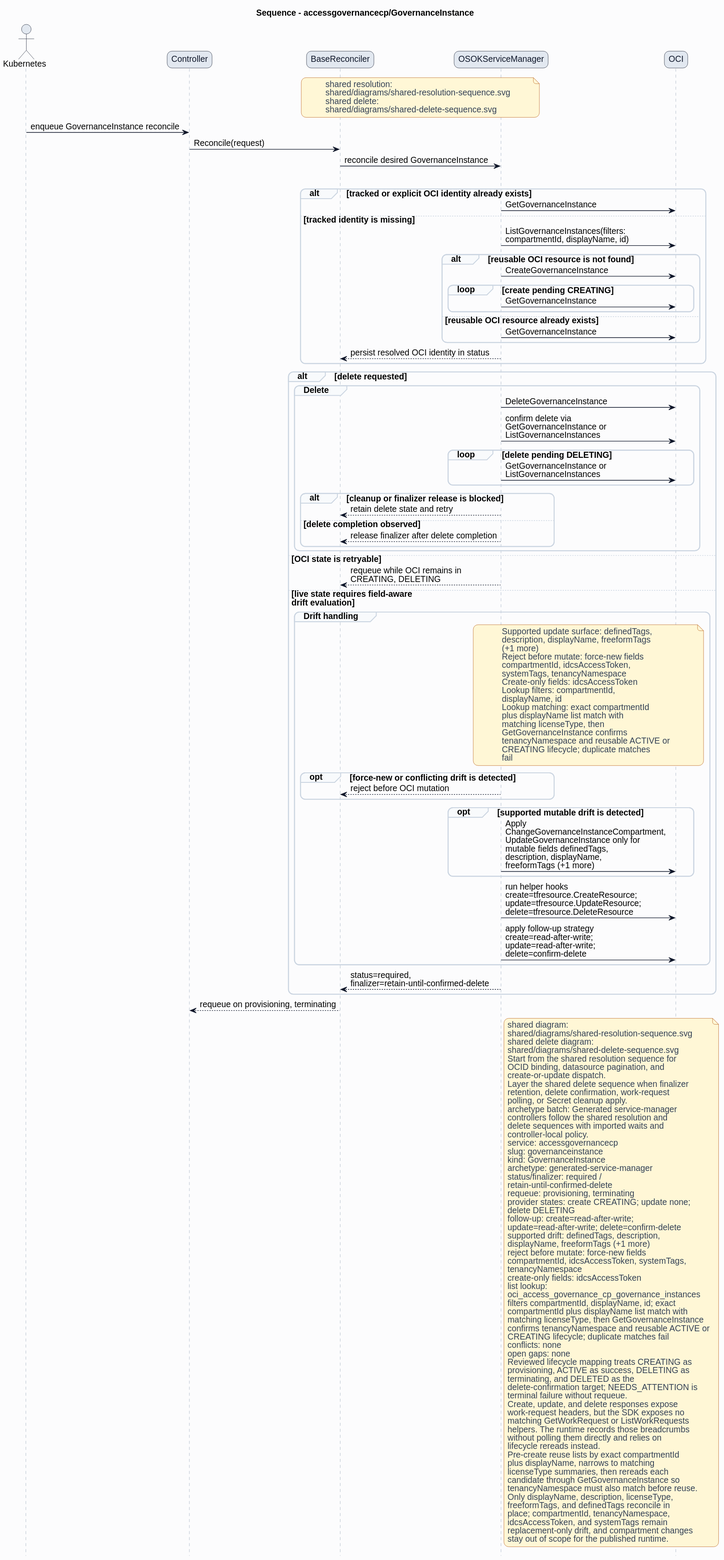
The PlantUML diagram formal/controllers/accessgovernancecp/governanceinstance/diagrams/sequence.svg in HaoyL666/oci-service-operator, before a commit.
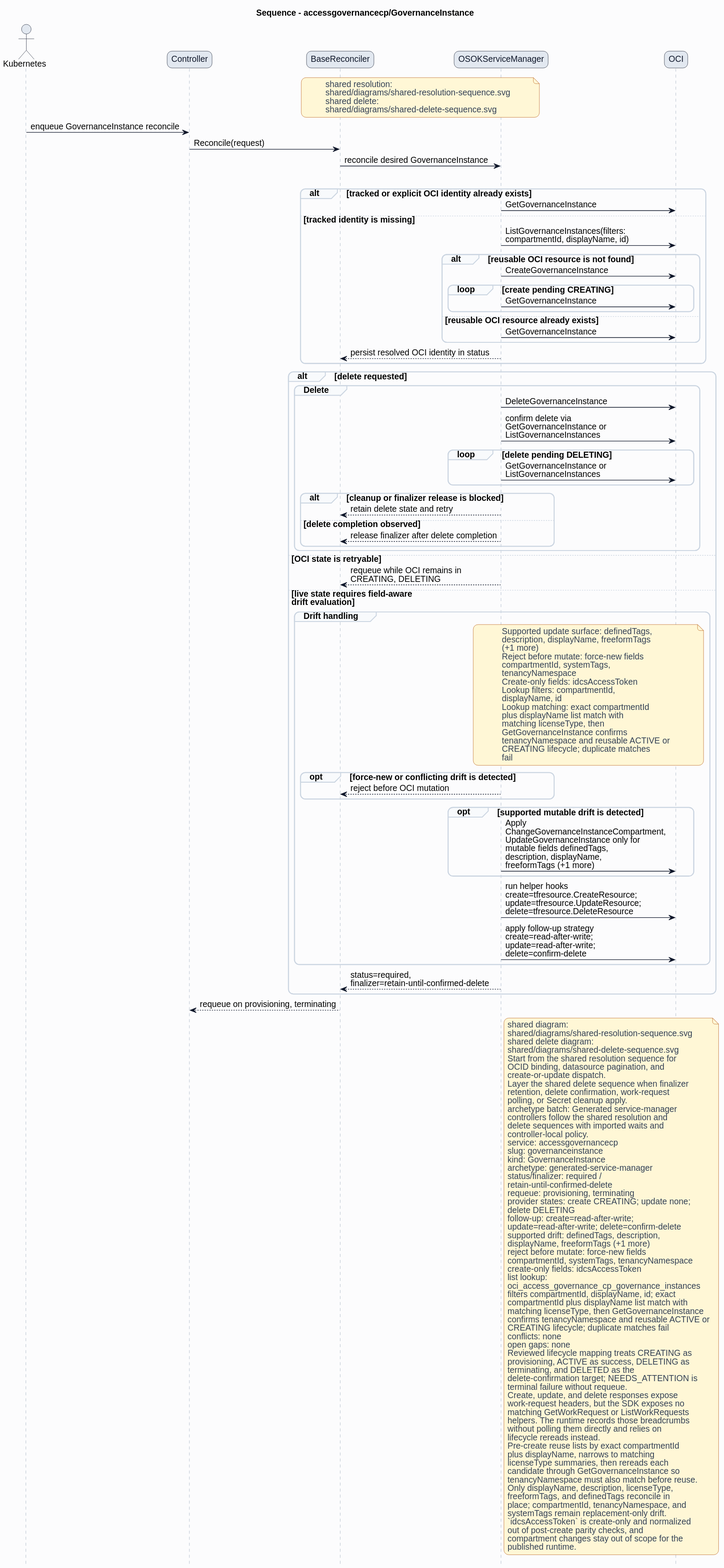
Later version of the same file.

Change to the diagram source:
```diff
@@ -71,8 +71,8 @@
 description, displayName, freeformTags
 (+1 more)
 Reject before mutate: force-new fields
-compartmentId, idcsAccessToken,
-systemTags, tenancyNamespace
+compartmentId, systemTags,
+tenancyNamespace
 Create-only fields: idcsAccessToken
 Lookup filters: compartmentId,
 displayName, id
@@ -125,8 +125,7 @@
 supported drift: definedTags, description,
 displayName, freeformTags (+1 more)
 reject before mutate: force-new fields
-compartmentId, idcsAccessToken, systemTags,
-tenancyNamespace
+compartmentId, systemTags, tenancyNamespace
 create-only fields: idcsAccessToken
 list lookup:
 oci_access_governance_cp_governance_instances
@@ -155,9 +154,11 @@
 tenancyNamespace must also match before reuse.
 Only displayName, description, licenseType,
 freeformTags, and definedTags reconcile in
-place; compartmentId, tenancyNamespace,
-idcsAccessToken, and systemTags remain
-replacement-only drift, and compartment changes
-stay out of scope for the published runtime.
+place; compartmentId, tenancyNamespace, and
+systemTags remain replacement-only drift.
+`idcsAccessToken` is create-only and normalized
+out of post-create parity checks, and
+compartment changes stay out of scope for the
+published runtime.
 end note
 @enduml
```
